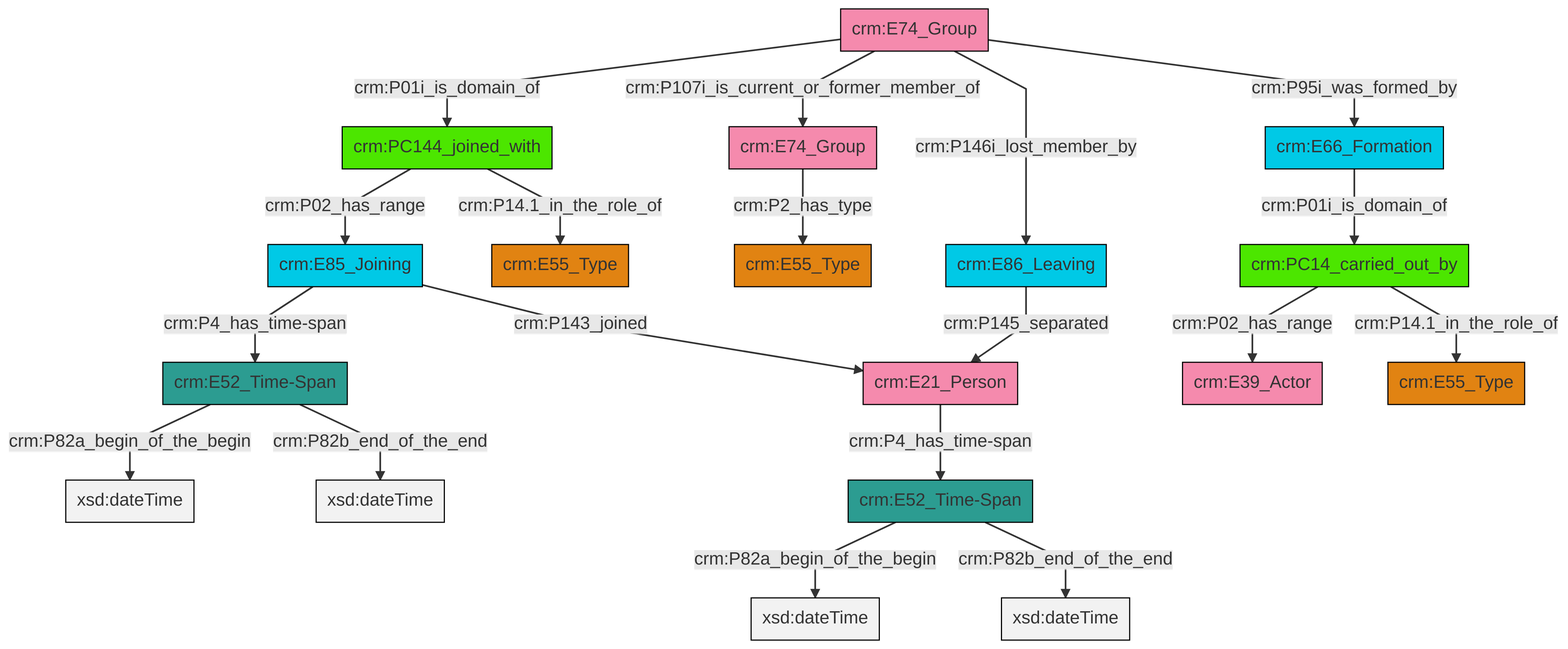
Above: et/groupCSV/ttl/mmd/png/group_actor_relations.png in swiss-art-research-net/reference-data-models (Mermaid), before the change. Its source is kept beside it as et/groupCSV/ttl/mmd/group_actor_relations.ttl.mmd.
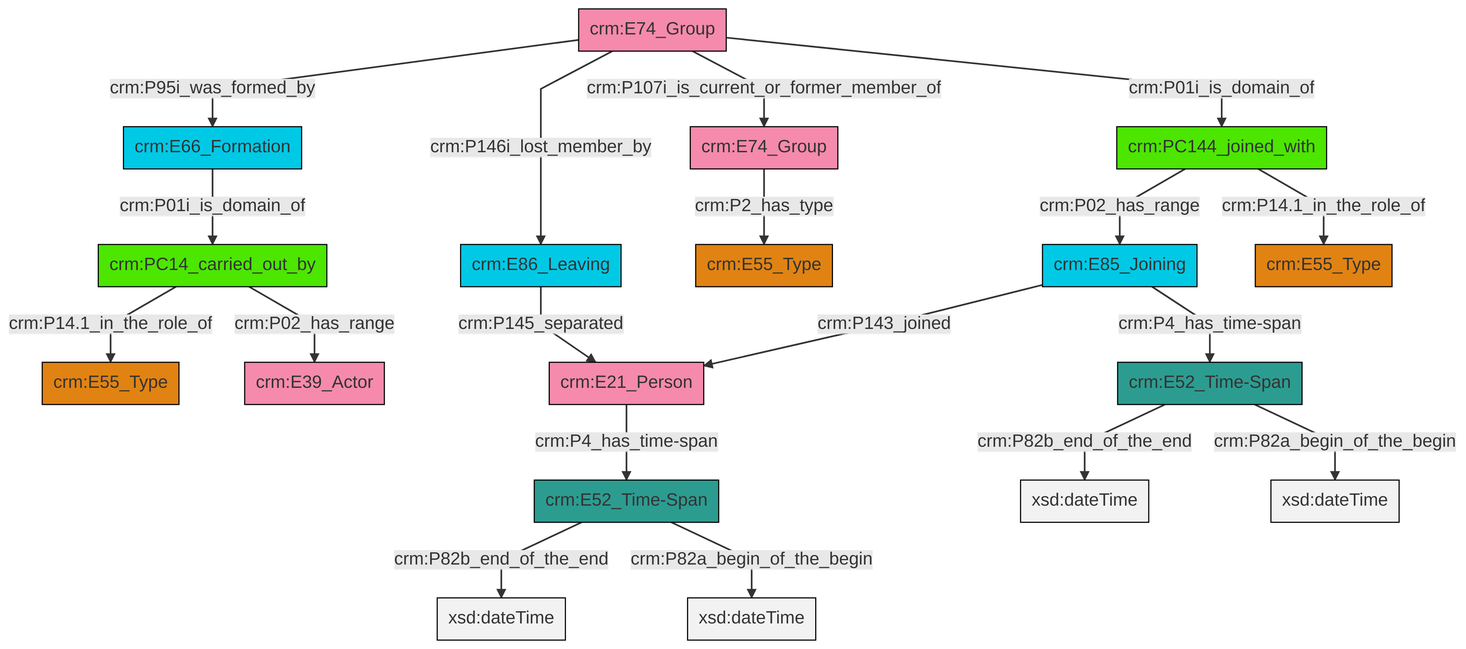
Above is the later version.

Diff of the diagram source:
```diff
@@ -13,21 +13,21 @@
 classDef PC_Classes fill:#4ce600, stroke:#000000;
 classDef Multi fill:#cccccc,stroke:#000000;
 
-4["crm:E74_Group"]:::Actor -->|crm:P01i_is_domain_of| 5["crm:PC144_joined_with"]:::PC_Classes
-4["crm:E74_Group"]:::Actor -->|crm:P107i_is_current_or_former_member_of| 2["crm:E74_Group"]:::Actor
-8["crm:E52_Time-Span"]:::Time-Span -->|crm:P82a_begin_of_the_begin| 9[xsd:dateTime]:::Literal
-2["crm:E74_Group"]:::Actor -->|crm:P2_has_type| 0["crm:E55_Type"]:::Type
-19["crm:E85_Joining"]:::Temporal_Entity -->|crm:P4_has_time-span| 13["crm:E52_Time-Span"]:::Time-Span
-20["crm:E86_Leaving"]:::Temporal_Entity -->|crm:P145_separated| 21["crm:E21_Person"]:::Actor
-22["crm:PC14_carried_out_by"]:::PC_Classes -->|crm:P02_has_range| 6["crm:E39_Actor"]:::Actor
-5["crm:PC144_joined_with"]:::PC_Classes -->|crm:P02_has_range| 19["crm:E85_Joining"]:::Temporal_Entity
-23["crm:E66_Formation"]:::Temporal_Entity -->|crm:P01i_is_domain_of| 22["crm:PC14_carried_out_by"]:::PC_Classes
-19["crm:E85_Joining"]:::Temporal_Entity -->|crm:P143_joined| 21["crm:E21_Person"]:::Actor
-13["crm:E52_Time-Span"]:::Time-Span -->|crm:P82a_begin_of_the_begin| 28[xsd:dateTime]:::Literal
-5["crm:PC144_joined_with"]:::PC_Classes -->|crm:P14.1_in_the_role_of| 11["crm:E55_Type"]:::Type
-8["crm:E52_Time-Span"]:::Time-Span -->|crm:P82b_end_of_the_end| 31[xsd:dateTime]:::Literal
-13["crm:E52_Time-Span"]:::Time-Span -->|crm:P82b_end_of_the_end| 32[xsd:dateTime]:::Literal
-21["crm:E21_Person"]:::Actor -->|crm:P4_has_time-span| 8["crm:E52_Time-Span"]:::Time-Span
-22["crm:PC14_carried_out_by"]:::PC_Classes -->|crm:P14.1_in_the_role_of| 15["crm:E55_Type"]:::Type
-4["crm:E74_Group"]:::Actor -->|crm:P146i_lost_member_by| 20["crm:E86_Leaving"]:::Temporal_Entity
-4["crm:E74_Group"]:::Actor -->|crm:P95i_was_formed_by| 23["crm:E66_Formation"]:::Temporal_Entity
+0["crm:PC144_joined_with"]:::PC_Classes -->|crm:P02_has_range| 1["crm:E85_Joining"]:::Temporal_Entity
+1["crm:E85_Joining"]:::Temporal_Entity -->|crm:P143_joined| 2["crm:E21_Person"]:::Actor
+5["crm:E52_Time-Span"]:::Time-Span -->|crm:P82b_end_of_the_end| 6[xsd:dateTime]:::Literal
+9["crm:PC14_carried_out_by"]:::PC_Classes -->|crm:P14.1_in_the_role_of| 3["crm:E55_Type"]:::Type
+5["crm:E52_Time-Span"]:::Time-Span -->|crm:P82a_begin_of_the_begin| 10[xsd:dateTime]:::Literal
+13["crm:E66_Formation"]:::Temporal_Entity -->|crm:P01i_is_domain_of| 9["crm:PC14_carried_out_by"]:::PC_Classes
+0["crm:PC144_joined_with"]:::PC_Classes -->|crm:P14.1_in_the_role_of| 11["crm:E55_Type"]:::Type
+16["crm:E86_Leaving"]:::Temporal_Entity -->|crm:P145_separated| 2["crm:E21_Person"]:::Actor
+2["crm:E21_Person"]:::Actor -->|crm:P4_has_time-span| 20["crm:E52_Time-Span"]:::Time-Span
+21["crm:E74_Group"]:::Actor -->|crm:P95i_was_formed_by| 13["crm:E66_Formation"]:::Temporal_Entity
+21["crm:E74_Group"]:::Actor -->|crm:P146i_lost_member_by| 16["crm:E86_Leaving"]:::Temporal_Entity
+23["crm:E74_Group"]:::Actor -->|crm:P2_has_type| 7["crm:E55_Type"]:::Type
+9["crm:PC14_carried_out_by"]:::PC_Classes -->|crm:P02_has_range| 14["crm:E39_Actor"]:::Actor
+20["crm:E52_Time-Span"]:::Time-Span -->|crm:P82b_end_of_the_end| 25[xsd:dateTime]:::Literal
+1["crm:E85_Joining"]:::Temporal_Entity -->|crm:P4_has_time-span| 5["crm:E52_Time-Span"]:::Time-Span
+21["crm:E74_Group"]:::Actor -->|crm:P107i_is_current_or_former_member_of| 23["crm:E74_Group"]:::Actor
+21["crm:E74_Group"]:::Actor -->|crm:P01i_is_domain_of| 0["crm:PC144_joined_with"]:::PC_Classes
+20["crm:E52_Time-Span"]:::Time-Span -->|crm:P82a_begin_of_the_begin| 30[xsd:dateTime]:::Literal
```
